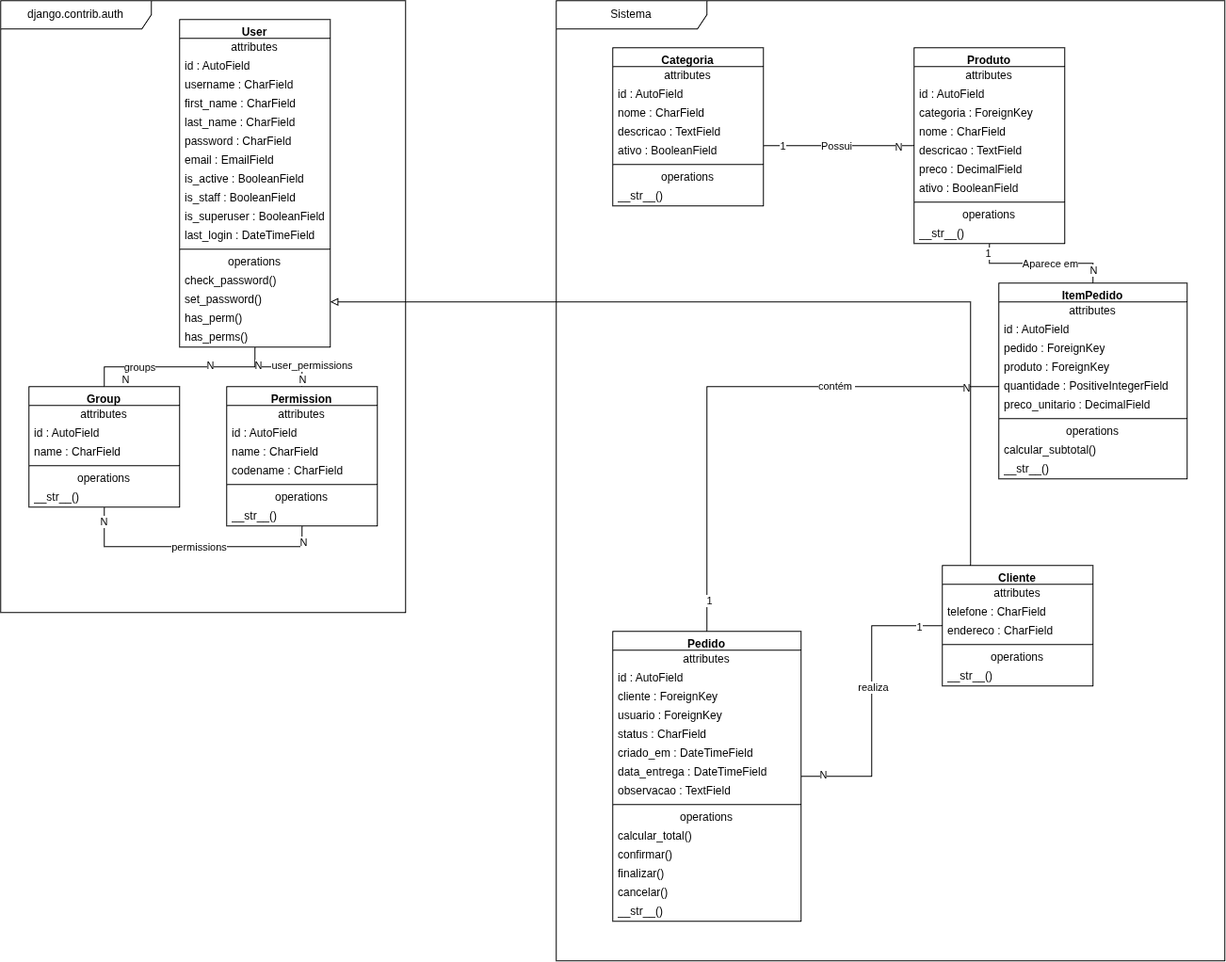
The draw.io diagram docs/Diagrama sem nome.drawio.png in gustavo468577/GS-Confeitaria, before a commit. Source tidied: cells renumbered, new cells last; positions are measured from the earlier drawing's top-left corner, leaving out a move shared by most shapes.
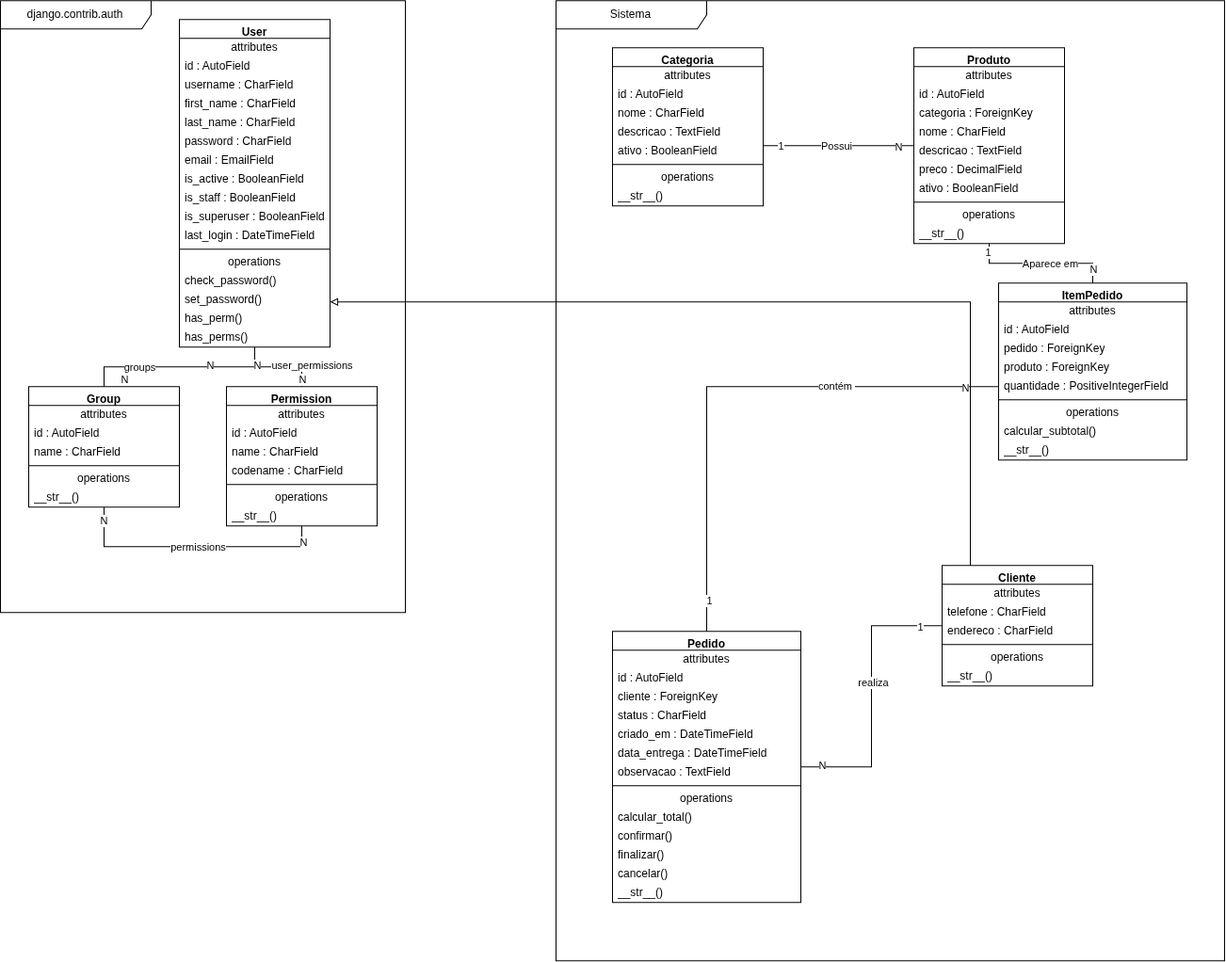
After the change.

Commit message:
Atualização do diagrama

Diff of the diagram source:
```diff
@@ -280,7 +280,7 @@
       <mxGeometry x="0.88" y="-1" relative="1" as="geometry" />
     </mxCell>
     <mxCell id="88" value="&lt;b&gt;Pedido&lt;/b&gt;" style="swimlane;fontStyle=0;align=center;verticalAlign=top;horizontal=1;startSize=20;html=1;whiteSpace=wrap;" parent="48" vertex="1">
-      <mxGeometry x="60" y="670" width="200" height="308" as="geometry" />
+      <mxGeometry x="60" y="670" width="200" height="288" as="geometry" />
     </mxCell>
     <mxCell id="89" value="attributes" style="text;html=1;strokeColor=none;fillColor=none;align=center;verticalAlign=middle;spacingLeft=4;spacingRight=4;overflow=hidden;whiteSpace=wrap;" parent="88" vertex="1">
       <mxGeometry y="20" width="200" height="20" as="geometry" />
@@ -291,44 +291,41 @@
     <mxCell id="91" value="cliente : ForeignKey" style="text;html=1;strokeColor=none;fillColor=none;align=left;verticalAlign=middle;spacingLeft=4;spacingRight=4;overflow=hidden;whiteSpace=wrap;" parent="88" vertex="1">
       <mxGeometry y="60" width="200" height="20" as="geometry" />
     </mxCell>
-    <mxCell id="92" value="usuario : ForeignKey" style="text;html=1;strokeColor=none;fillColor=none;align=left;verticalAlign=middle;spacingLeft=4;spacingRight=4;overflow=hidden;whiteSpace=wrap;" parent="88" vertex="1">
-      <mxGeometry y="80" width="200" height="20" as="geometry" />
-    </mxCell>
     <mxCell id="93" value="status : CharField" style="text;html=1;strokeColor=none;fillColor=none;align=left;verticalAlign=middle;spacingLeft=4;spacingRight=4;overflow=hidden;whiteSpace=wrap;" parent="88" vertex="1">
-      <mxGeometry y="100" width="200" height="20" as="geometry" />
+      <mxGeometry y="80" width="200" height="20" as="geometry" />
     </mxCell>
     <mxCell id="94" value="criado_em : DateTimeField" style="text;html=1;strokeColor=none;fillColor=none;align=left;verticalAlign=middle;spacingLeft=4;spacingRight=4;overflow=hidden;whiteSpace=wrap;" parent="88" vertex="1">
-      <mxGeometry y="120" width="200" height="20" as="geometry" />
+      <mxGeometry y="100" width="200" height="20" as="geometry" />
     </mxCell>
     <mxCell id="95" value="data_entrega : DateTimeField" style="text;html=1;strokeColor=none;fillColor=none;align=left;verticalAlign=middle;spacingLeft=4;spacingRight=4;overflow=hidden;whiteSpace=wrap;" parent="88" vertex="1">
-      <mxGeometry y="140" width="200" height="20" as="geometry" />
+      <mxGeometry y="120" width="200" height="20" as="geometry" />
     </mxCell>
     <mxCell id="96" value="observacao : TextField" style="text;html=1;strokeColor=none;fillColor=none;align=left;verticalAlign=middle;spacingLeft=4;spacingRight=4;overflow=hidden;whiteSpace=wrap;" parent="88" vertex="1">
-      <mxGeometry y="160" width="200" height="20" as="geometry" />
+      <mxGeometry y="140" width="200" height="20" as="geometry" />
     </mxCell>
     <mxCell id="97" style="line;strokeWidth=1;fillColor=none;align=left;verticalAlign=middle;spacingTop=-1;spacingLeft=3;spacingRight=3;labelPosition=right;" parent="88" vertex="1">
-      <mxGeometry y="180" width="200" height="8" as="geometry" />
+      <mxGeometry y="160" width="200" height="8" as="geometry" />
     </mxCell>
     <mxCell id="98" value="operations" style="text;html=1;strokeColor=none;fillColor=none;align=center;verticalAlign=middle;spacingLeft=4;spacingRight=4;overflow=hidden;whiteSpace=wrap;" parent="88" vertex="1">
-      <mxGeometry y="188" width="200" height="20" as="geometry" />
+      <mxGeometry y="168" width="200" height="20" as="geometry" />
     </mxCell>
     <mxCell id="99" value="calcular_total()" style="text;html=1;strokeColor=none;fillColor=none;align=left;verticalAlign=middle;spacingLeft=4;spacingRight=4;overflow=hidden;whiteSpace=wrap;" parent="88" vertex="1">
-      <mxGeometry y="208" width="200" height="20" as="geometry" />
+      <mxGeometry y="188" width="200" height="20" as="geometry" />
     </mxCell>
     <mxCell id="100" value="confirmar()" style="text;html=1;strokeColor=none;fillColor=none;align=left;verticalAlign=middle;spacingLeft=4;spacingRight=4;overflow=hidden;whiteSpace=wrap;" parent="88" vertex="1">
-      <mxGeometry y="228" width="200" height="20" as="geometry" />
+      <mxGeometry y="208" width="200" height="20" as="geometry" />
     </mxCell>
     <mxCell id="101" value="finalizar()" style="text;html=1;strokeColor=none;fillColor=none;align=left;verticalAlign=middle;spacingLeft=4;spacingRight=4;overflow=hidden;whiteSpace=wrap;" parent="88" vertex="1">
-      <mxGeometry y="248" width="200" height="20" as="geometry" />
+      <mxGeometry y="228" width="200" height="20" as="geometry" />
     </mxCell>
     <mxCell id="102" value="cancelar()" style="text;html=1;strokeColor=none;fillColor=none;align=left;verticalAlign=middle;spacingLeft=4;spacingRight=4;overflow=hidden;whiteSpace=wrap;" parent="88" vertex="1">
-      <mxGeometry y="268" width="200" height="20" as="geometry" />
+      <mxGeometry y="248" width="200" height="20" as="geometry" />
     </mxCell>
     <mxCell id="103" value="__str__()" style="text;html=1;strokeColor=none;fillColor=none;align=left;verticalAlign=middle;spacingLeft=4;spacingRight=4;overflow=hidden;whiteSpace=wrap;" parent="88" vertex="1">
-      <mxGeometry y="288" width="200" height="20" as="geometry" />
+      <mxGeometry y="268" width="200" height="20" as="geometry" />
     </mxCell>
     <mxCell id="104" value="&lt;b&gt;ItemPedido&lt;/b&gt;" style="swimlane;fontStyle=0;align=center;verticalAlign=top;horizontal=1;startSize=20;html=1;whiteSpace=wrap;" parent="48" vertex="1">
-      <mxGeometry x="470" y="300" width="200" height="208" as="geometry" />
+      <mxGeometry x="470" y="300" width="200" height="188" as="geometry" />
     </mxCell>
     <mxCell id="105" value="attributes" style="text;html=1;strokeColor=none;fillColor=none;align=center;verticalAlign=middle;spacingLeft=4;spacingRight=4;overflow=hidden;whiteSpace=wrap;" parent="104" vertex="1">
       <mxGeometry y="20" width="200" height="20" as="geometry" />
@@ -345,20 +342,17 @@
     <mxCell id="109" value="quantidade : PositiveIntegerField" style="text;html=1;strokeColor=none;fillColor=none;align=left;verticalAlign=middle;spacingLeft=4;spacingRight=4;overflow=hidden;whiteSpace=wrap;" parent="104" vertex="1">
       <mxGeometry y="100" width="200" height="20" as="geometry" />
     </mxCell>
-    <mxCell id="110" value="preco_unitario : DecimalField" style="text;html=1;strokeColor=none;fillColor=none;align=left;verticalAlign=middle;spacingLeft=4;spacingRight=4;overflow=hidden;whiteSpace=wrap;" parent="104" vertex="1">
-      <mxGeometry y="120" width="200" height="20" as="geometry" />
-    </mxCell>
     <mxCell id="111" style="line;strokeWidth=1;fillColor=none;align=left;verticalAlign=middle;spacingTop=-1;spacingLeft=3;spacingRight=3;labelPosition=right;" parent="104" vertex="1">
-      <mxGeometry y="140" width="200" height="8" as="geometry" />
+      <mxGeometry y="120" width="200" height="8" as="geometry" />
     </mxCell>
     <mxCell id="112" value="operations" style="text;html=1;strokeColor=none;fillColor=none;align=center;verticalAlign=middle;spacingLeft=4;spacingRight=4;overflow=hidden;whiteSpace=wrap;" parent="104" vertex="1">
-      <mxGeometry y="148" width="200" height="20" as="geometry" />
+      <mxGeometry y="128" width="200" height="20" as="geometry" />
     </mxCell>
     <mxCell id="113" value="calcular_subtotal()" style="text;html=1;strokeColor=none;fillColor=none;align=left;verticalAlign=middle;spacingLeft=4;spacingRight=4;overflow=hidden;whiteSpace=wrap;" parent="104" vertex="1">
-      <mxGeometry y="168" width="200" height="20" as="geometry" />
+      <mxGeometry y="148" width="200" height="20" as="geometry" />
     </mxCell>
     <mxCell id="114" value="__str__()" style="text;html=1;strokeColor=none;fillColor=none;align=left;verticalAlign=middle;spacingLeft=4;spacingRight=4;overflow=hidden;whiteSpace=wrap;" parent="104" vertex="1">
-      <mxGeometry y="188" width="200" height="20" as="geometry" />
+      <mxGeometry y="168" width="200" height="20" as="geometry" />
     </mxCell>
     <mxCell id="115" style="edgeStyle=orthogonalEdgeStyle;rounded=0;jettySize=auto;html=1;endArrow=none;endFill=0;" parent="48" edge="1" source="49" target="62">
       <mxGeometry relative="1" as="geometry">
```
